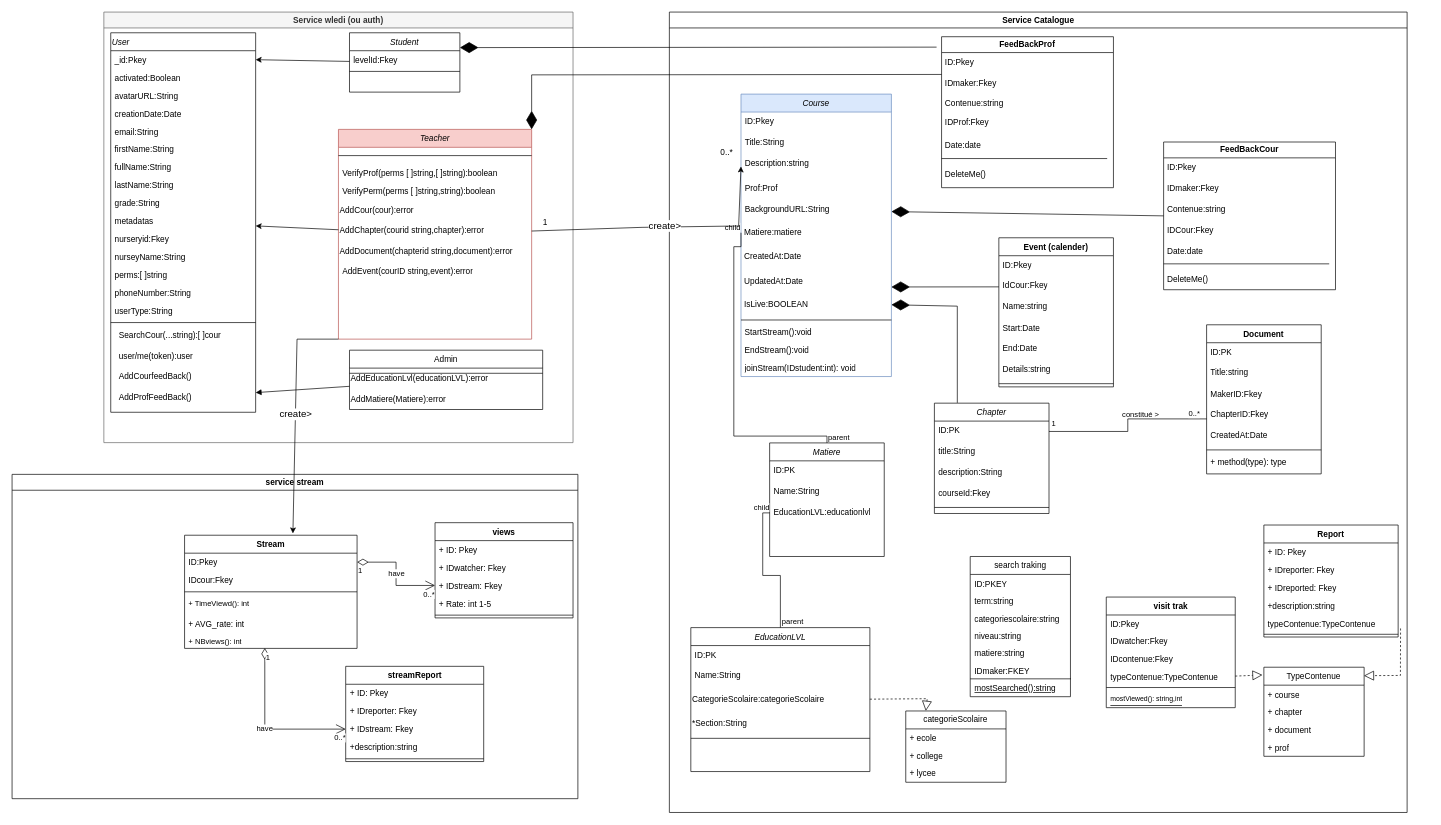
This is catalog.drawio from faresUnderScore999/test1.0, a draw.io file, before an edit. Source tidied: cells renumbered, new cells numbered last; positions are measured from the earlier drawing's top-left corner, leaving out a move shared by most shapes. Both pictures are drawn from the tidied source at 69%, with x=0, y=0 at pixel (12, 12).
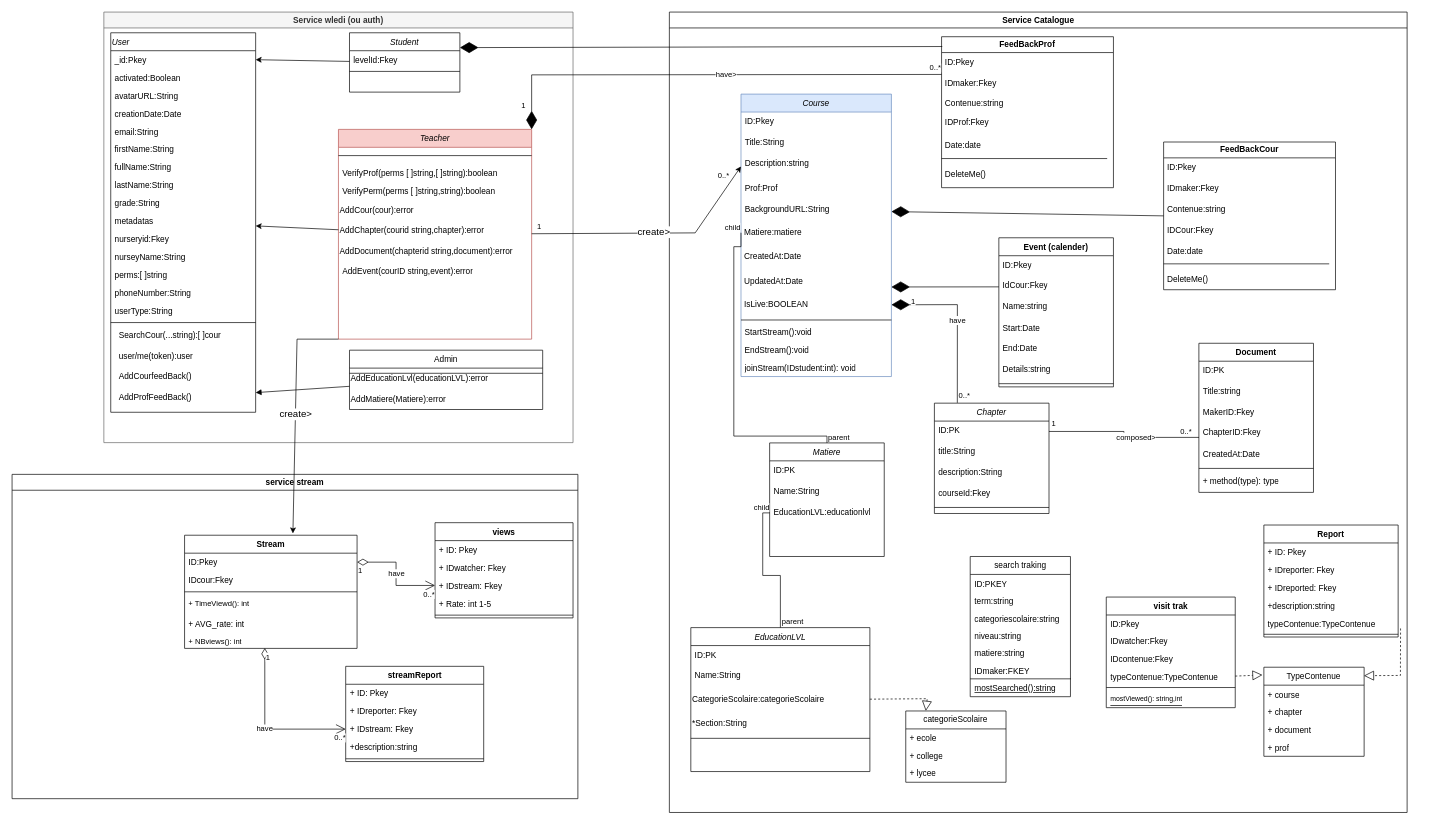
The same page after the edit.

Commit message (it also covers changes not shown here):
Mettre à jour catalog.drawio

Unchanged cells that the change refers to:
```xml
<mxCell id="2" value="Service wledi (ou auth)" style="swimlane;whiteSpace=wrap;html=1;fillColor=#f5f5f5;fontColor=#333333;strokeColor=#666666;" parent="1" vertex="1">
  <mxGeometry x="133" width="680" height="624" as="geometry" />
</mxCell>
<mxCell id="24" value="Student" style="swimlane;fontStyle=2;align=center;verticalAlign=top;horizontal=1;startSize=26;rounded=0;shadow=0;strokeWidth=1;" parent="2" vertex="1">
  <mxGeometry x="356" y="30" width="160" height="86" as="geometry" />
</mxCell>
<mxCell id="28" value="Teacher" style="swimlane;fontStyle=2;align=center;verticalAlign=top;horizontal=1;startSize=26;rounded=0;shadow=0;strokeWidth=1;fillColor=#f8cecc;strokeColor=#b85450;" parent="2" vertex="1">
  <mxGeometry x="340" y="170" width="280" height="304" as="geometry" />
</mxCell>
<mxCell id="44" value="Service Catalogue" style="swimlane;whiteSpace=wrap;html=1;" parent="43" vertex="1">
  <mxGeometry x="-10.4" width="1069.2" height="1160" as="geometry" />
</mxCell>
<mxCell id="54" value="Description:string" style="text;align=left;verticalAlign=top;spacingLeft=4;spacingRight=4;overflow=hidden;points=[[0,0.5],[1,0.5]];portConstraint=eastwest;rounded=0;shadow=0;html=0;" parent="51" vertex="1">
  <mxGeometry y="86.3" width="218" height="37.1" as="geometry" />
</mxCell>
<mxCell id="60" value="&amp;nbsp;IsLive:BOOLEAN" style="text;html=1;align=left;verticalAlign=middle;whiteSpace=wrap;rounded=0;" parent="51" vertex="1">
  <mxGeometry y="287.9" width="218" height="34.8" as="geometry" />
</mxCell>
<mxCell id="65" value="Chapter" style="swimlane;fontStyle=2;align=center;verticalAlign=top;horizontal=1;startSize=26;rounded=0;shadow=0;strokeWidth=1;" parent="44" vertex="1">
  <mxGeometry x="384.1" y="566.8" width="166.1" height="159.9" as="geometry" />
</mxCell>
<mxCell id="80" style="group;" parent="79" vertex="1">
  <mxGeometry width="80" height="30" as="geometry" />
</mxCell>
<mxCell id="82" style="endArrow=none;html=1;edgeStyle=orthogonalEdgeStyle;rounded=0;entryX=0.001;entryY=0.665;entryDx=0;entryDy=0;entryPerimeter=0;align=right;verticalAlign=bottom;fontFamily=Helvetica;fontSize=11;fontColor=default;labelBackgroundColor=default;fillColor=none;gradientColor=none;" parent="80" edge="1" source="66" target="75">
  <mxGeometry relative="1" as="geometry" />
</mxCell>
<mxCell id="105" value="FeedBackProf" style="swimlane;whiteSpace=wrap;html=1;" parent="44" vertex="1">
  <mxGeometry x="394.5" y="35.7" width="249.1" height="218.8" as="geometry" />
</mxCell>
<mxCell id="160" style="endArrow=diamondThin;endFill=1;endSize=24;html=1;rounded=0;exitX=0;exitY=0.25;exitDx=0;exitDy=0;entryX=1;entryY=0;entryDx=0;entryDy=0;" parent="1" edge="1" source="105" target="28">
  <mxGeometry relative="1" as="geometry">
    <Array as="points">
      <mxPoint x="753" y="91" />
    </Array>
  </mxGeometry>
</mxCell>
```

Diff of the diagram source:
```diff
@@
-    <mxCell id="42" value="1" style="text;html=1;align=center;verticalAlign=middle;whiteSpace=wrap;rounded=0;" parent="2" vertex="1">
-      <mxGeometry x="610" y="290" width="60" height="30" as="geometry" />
-    </mxCell>
@@
     <mxCell id="71" value="Document" style="swimlane;fontStyle=1;align=center;verticalAlign=top;horizontal=1;startSize=26;whiteSpace=wrap;html=1;" parent="44" vertex="1">
-      <mxGeometry x="778.6" y="453.2" width="166.1" height="216.1" as="geometry" />
+      <mxGeometry x="767.4" y="480" width="166.1" height="216.1" as="geometry" />
     </mxCell>
@@
-    <mxCell id="81" value="constitué &amp;gt;" style="text;html=1;align=center;verticalAlign=middle;whiteSpace=wrap;rounded=0;fontFamily=Helvetica;fontSize=11;fontColor=default;labelBackgroundColor=default;" parent="80" vertex="1">
-      <mxGeometry width="80" height="30" as="geometry" />
-    </mxCell>
@@
+    <mxCell id="192" value="composed&amp;gt;" style="edgeLabel;html=1;align=center;verticalAlign=middle;" parent="82" vertex="1">
+      <mxGeometry x="0.19" y="1" relative="1" as="geometry" />
+    </mxCell>
@@
     <mxCell id="137" style="endArrow=diamondThin;endFill=1;endSize=24;html=1;rounded=0;exitX=0.2;exitY=-0.003;exitDx=0;exitDy=0;exitPerimeter=0;entryX=1;entryY=0.5;entryDx=0;entryDy=0;" parent="44" edge="1" source="65" target="60">
       <mxGeometry relative="1" as="geometry">
         <Array as="points">
-          <mxPoint x="417.3" y="426.2" />
+          <mxPoint x="417.4" y="424" />
         </Array>
       </mxGeometry>
     </mxCell>
+    <mxCell id="193" value="have" style="edgeLabel;html=1;align=center;verticalAlign=middle;" parent="137" vertex="1">
+      <mxGeometry relative="1" as="geometry">
+        <mxPoint y="-1" as="offset" />
+      </mxGeometry>
+    </mxCell>
+    <mxCell id="194" value="0..*" style="edgeLabel;html=1;align=center;verticalAlign=middle;" parent="137" vertex="1">
+      <mxGeometry x="-0.91" relative="1" as="geometry">
+        <mxPoint x="10" as="offset" />
+      </mxGeometry>
+    </mxCell>
+    <mxCell id="195" value="&lt;div&gt;1&lt;br&gt;&lt;/div&gt;" style="edgeLabel;html=1;align=center;verticalAlign=middle;" parent="137" vertex="1">
+      <mxGeometry x="0.74" y="-1" relative="1" as="geometry">
+        <mxPoint y="-5" as="offset" />
+      </mxGeometry>
+    </mxCell>
@@
-    <mxCell id="151" value="0..*" style="text;html=1;align=center;verticalAlign=middle;whiteSpace=wrap;rounded=0;" parent="44" vertex="1">
-      <mxGeometry x="51.9" y="188.3" width="62.3" height="29.7" as="geometry" />
-    </mxCell>
@@
+    <mxCell id="196" value="have&amp;gt;" style="edgeLabel;html=1;align=center;verticalAlign=middle;" parent="160" vertex="1">
+      <mxGeometry x="-0.07" y="-1" relative="1" as="geometry" />
+    </mxCell>
+    <mxCell id="197" value="0..*" style="edgeLabel;html=1;align=center;verticalAlign=middle;" parent="160" vertex="1">
+      <mxGeometry x="-0.97" y="-2" relative="1" as="geometry">
+        <mxPoint y="-8" as="offset" />
+      </mxGeometry>
+    </mxCell>
+    <mxCell id="198" value="1" style="edgeLabel;html=1;align=center;verticalAlign=middle;" parent="160" vertex="1">
+      <mxGeometry x="0.9" y="1" relative="1" as="geometry">
+        <mxPoint x="-14" as="offset" />
+      </mxGeometry>
+    </mxCell>
-    <mxCell id="161" style="endArrow=diamondThin;endFill=1;endSize=24;html=1;rounded=0;entryX=1;entryY=0.25;entryDx=0;entryDy=0;exitX=-0.029;exitY=0.069;exitDx=0;exitDy=0;exitPerimeter=0;" parent="1" edge="1" source="105" target="24">
+    <mxCell id="161" style="endArrow=diamondThin;endFill=1;endSize=24;html=1;rounded=0;entryX=1;entryY=0.25;entryDx=0;entryDy=0;exitX=0.004;exitY=0.065;exitDx=0;exitDy=0;exitPerimeter=0;" parent="1" edge="1" source="105" target="24">
       <mxGeometry relative="1" as="geometry" />
     </mxCell>
@@
     <mxCell id="190" style="endArrow=classic;html=1;rounded=0;entryX=0;entryY=0.5;entryDx=0;entryDy=0;" parent="1" edge="1" source="28" target="54">
       <mxGeometry relative="1" as="geometry">
         <Array as="points">
-          <mxPoint x="913" y="312" />
-          <mxPoint x="1053" y="310" />
+          <mxPoint x="990" y="320" />
         </Array>
       </mxGeometry>
     </mxCell>
@@
+    <mxCell id="199" value="0..*" style="edgeLabel;html=1;align=center;verticalAlign=middle;" parent="190" vertex="1">
+      <mxGeometry x="0.91" relative="1" as="geometry">
+        <mxPoint x="-17" as="offset" />
+      </mxGeometry>
+    </mxCell>
+    <mxCell id="200" value="1" style="edgeLabel;html=1;align=center;verticalAlign=middle;" parent="190" vertex="1">
+      <mxGeometry x="-0.94" y="1" relative="1" as="geometry">
+        <mxPoint y="-10" as="offset" />
+      </mxGeometry>
+    </mxCell>
```
